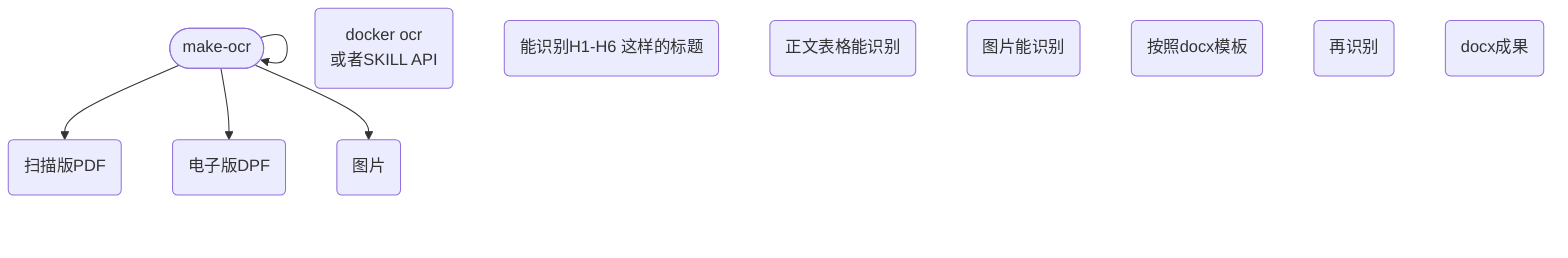
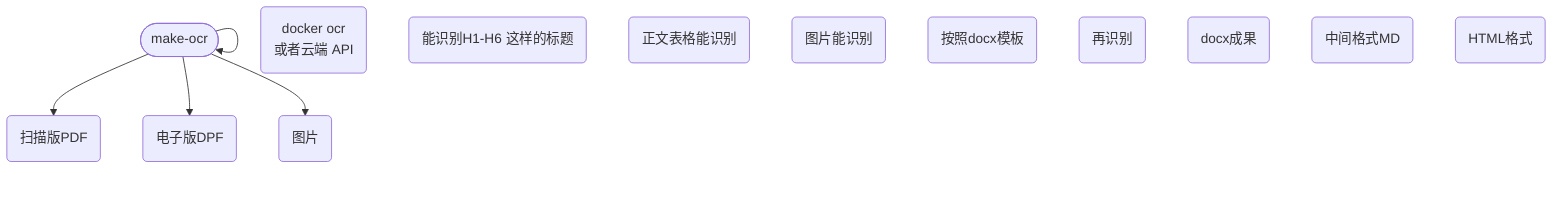
flowchart TD
  n_0(["make-ocr"])
  n_1("扫描版PDF")
  n_2("电子版DPF")
-   n_3("docker ocr<br/>或者SKILL API")
+   n_3("docker ocr<br/>或者云端 API")
  n_4("图片")
  n_5("能识别H1-H6 这样的标题")
  n_6("正文表格能识别")
  n_7("图片能识别")
  n_8("按照docx模板")
  n_9("再识别")
  n_10("docx成果")
+   n_11("中间格式MD")
+   n_12("HTML格式")
  n_0 --> n_0
  n_0 --> n_1
  n_0 --> n_2
  n_0 --> n_4
